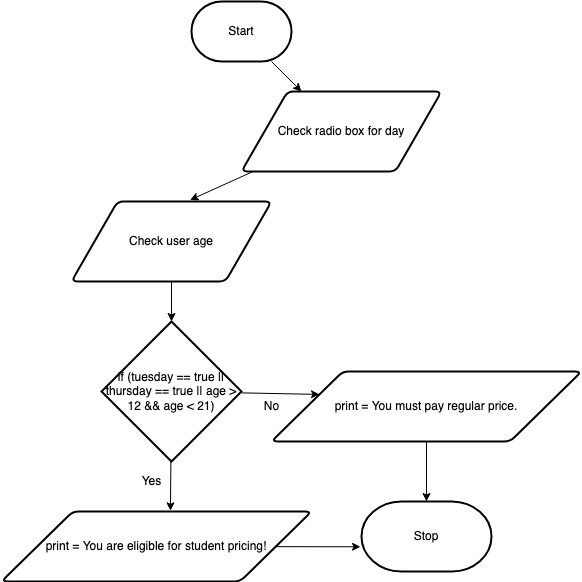
Kenny-Le-281/ICS2O-Unit5-04-HTML keeps this draw.io diagram as design/flow-chart.png. Above is the earlier version. Source tidied: cells renumbered, new cells last; positions are measured from the earlier drawing's top-left corner, leaving out a move shared by most shapes.
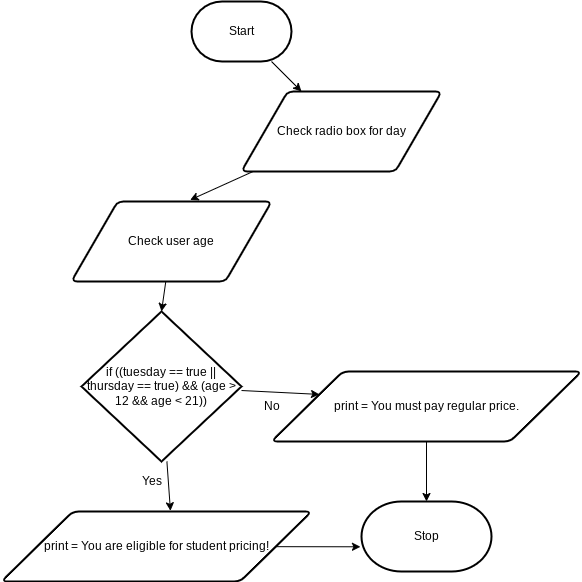
After the change.

What changed in the source:
```diff
@@ -26,8 +26,8 @@
     <mxCell id="9" style="edgeStyle=none;html=1;entryX=0;entryY=0.25;entryDx=0;entryDy=0;" parent="1" edge="1" source="10" target="14">
       <mxGeometry relative="1" as="geometry" />
     </mxCell>
-    <mxCell id="10" value="if&amp;nbsp;(tuesday == true || thursday == true || age &amp;gt; 12 &amp;amp;&amp;amp; age &amp;lt; 21)" style="strokeWidth=2;html=1;shape=mxgraph.flowchart.decision;whiteSpace=wrap;" parent="1" vertex="1">
-      <mxGeometry x="100" y="320" width="140" height="140" as="geometry" />
+    <mxCell id="10" value="if ((tuesday == true || thursday == true) &amp;amp;&amp;amp; (age &amp;gt; 12 &amp;amp;&amp;amp; age &amp;lt; 21))" style="strokeWidth=2;html=1;shape=mxgraph.flowchart.decision;whiteSpace=wrap;" parent="1" vertex="1">
+      <mxGeometry x="80" y="310" width="160" height="150" as="geometry" />
     </mxCell>
     <mxCell id="11" style="edgeStyle=none;html=1;entryX=-0.008;entryY=0.647;entryDx=0;entryDy=0;entryPerimeter=0;" parent="1" edge="1" source="12" target="17">
       <mxGeometry relative="1" as="geometry" />
```
